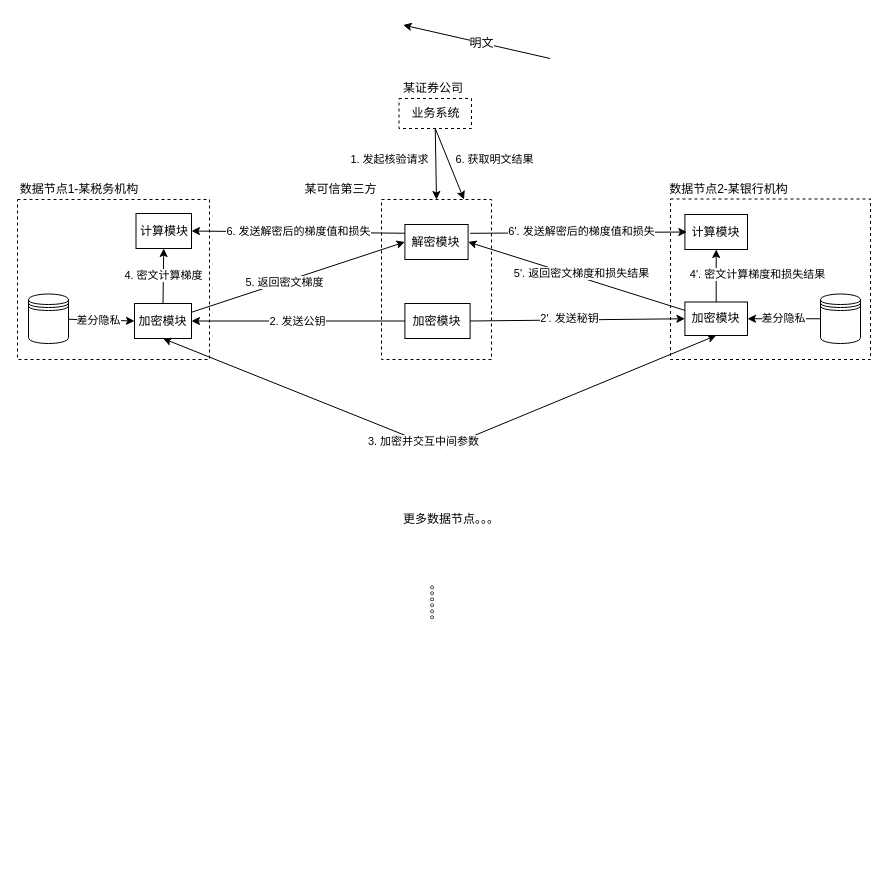
The draw.io diagram fl.drawio in yankaili2006/drawing_io, before the edit. Source tidied: cells renumbered, new cells numbered last; positions are measured from the earlier drawing's top-left corner, leaving out a move shared by most shapes. Both pictures are drawn from the tidied source at 100%, with x=0, y=0 at pixel (17, 25).
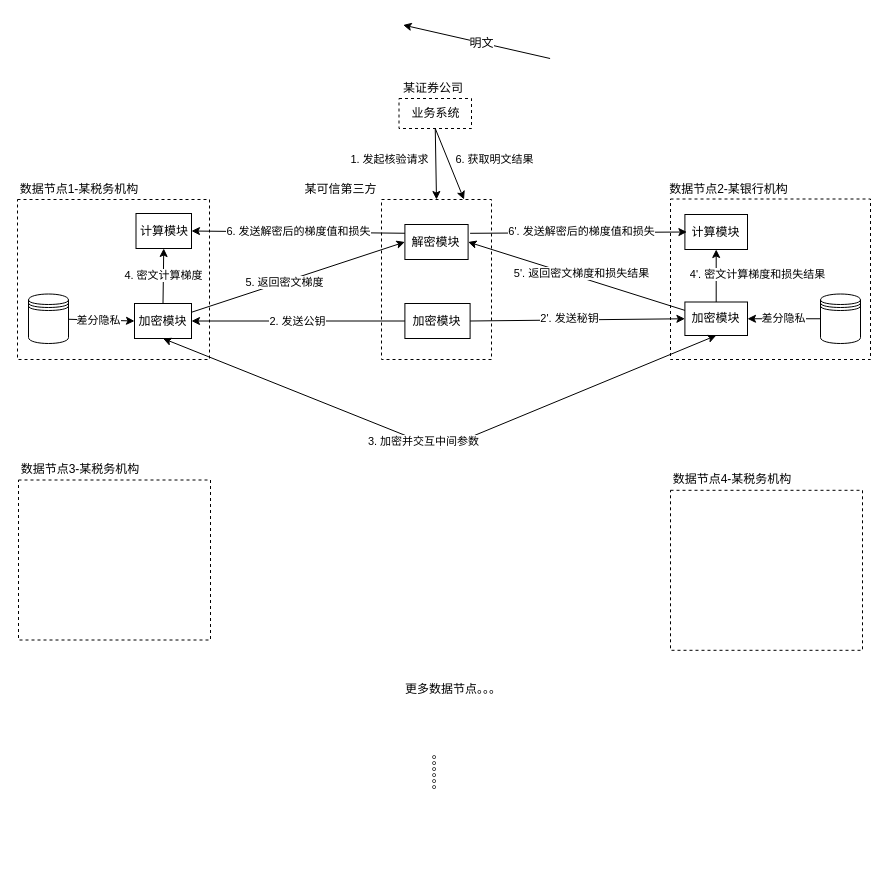
After the change.

What changed in the source:
```diff
@@
     <mxCell id="39" value="。。。。。。" style="rounded=0;whiteSpace=wrap;html=1;dashed=1;strokeColor=none;fillColor=none;direction=west;rotation=90;" parent="1" vertex="1">
-      <mxGeometry x="317.8" y="504" width="200" height="153.5" as="geometry" />
+      <mxGeometry x="320" y="674" width="200" height="153.5" as="geometry" />
     </mxCell>
     <mxCell id="40" value="更多数据节点。。。" style="text;html=1;strokeColor=none;fillColor=none;align=center;verticalAlign=middle;whiteSpace=wrap;rounded=0;" parent="1" vertex="1">
-      <mxGeometry x="364" y="484" width="140" height="20" as="geometry" />
+      <mxGeometry x="366.3" y="654" width="140" height="20" as="geometry" />
     </mxCell>
@@
+    <mxCell id="44" style="rounded=0;whiteSpace=wrap;html=1;dashed=1;" parent="1" vertex="1">
+      <mxGeometry x="1" y="454.5" width="192" height="160" as="geometry" />
+    </mxCell>
+    <mxCell id="45" value="数据节点3-某税务机构" style="text;html=1;strokeColor=none;fillColor=none;align=center;verticalAlign=middle;whiteSpace=wrap;rounded=0;" parent="1" vertex="1">
+      <mxGeometry x="2" y="434" width="122" height="20" as="geometry" />
+    </mxCell>
+    <mxCell id="46" style="rounded=0;whiteSpace=wrap;html=1;dashed=1;" parent="1" vertex="1">
+      <mxGeometry x="653" y="464.8" width="192" height="160" as="geometry" />
+    </mxCell>
+    <mxCell id="47" value="数据节点4-某税务机构" style="text;html=1;strokeColor=none;fillColor=none;align=center;verticalAlign=middle;whiteSpace=wrap;rounded=0;" parent="1" vertex="1">
+      <mxGeometry x="654" y="444.2" width="122" height="20" as="geometry" />
+    </mxCell>
```
